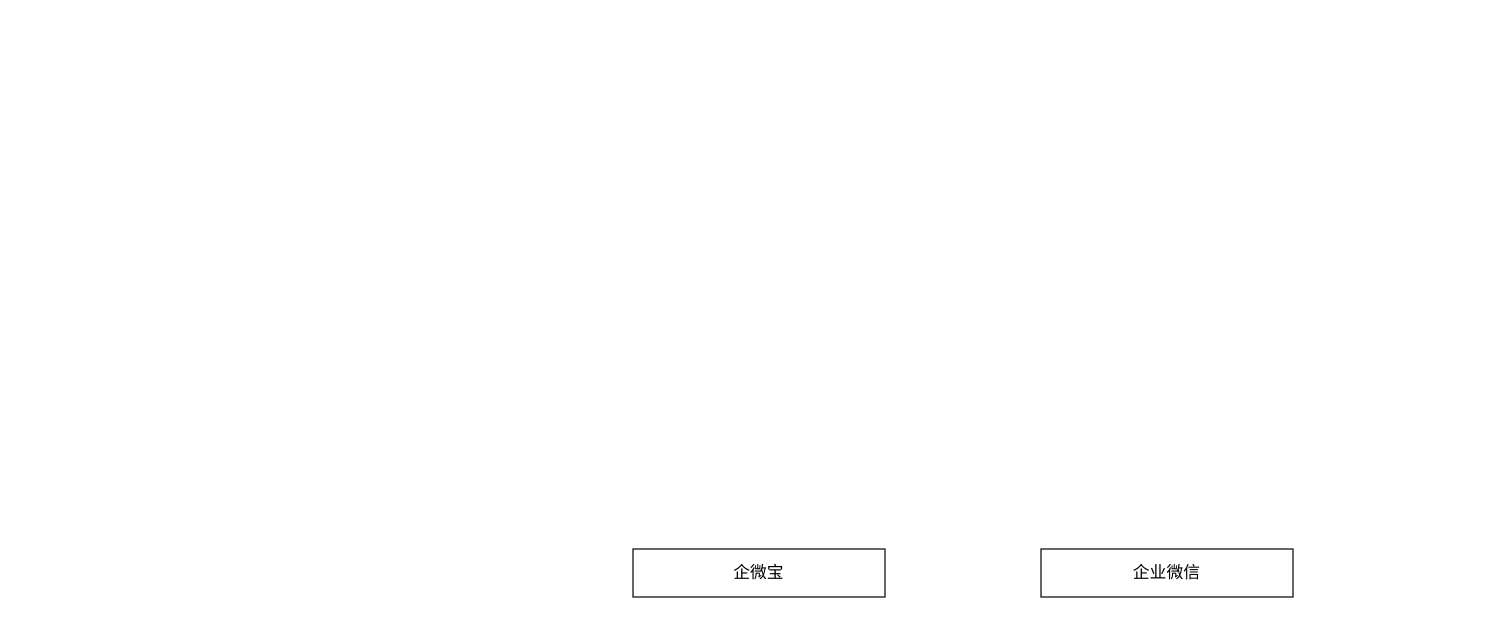
Before: 核桃-企微消息发送总结.drawio in hongweilv-whu/flowCharts, a draw.io diagram. Source tidied: cells renumbered, new cells numbered last; positions are measured from the earlier drawing's top-left corner, leaving out a move shared by most shapes. Both pictures are drawn from the tidied source at 120%, with x=0, y=0 at pixel (632, 548).
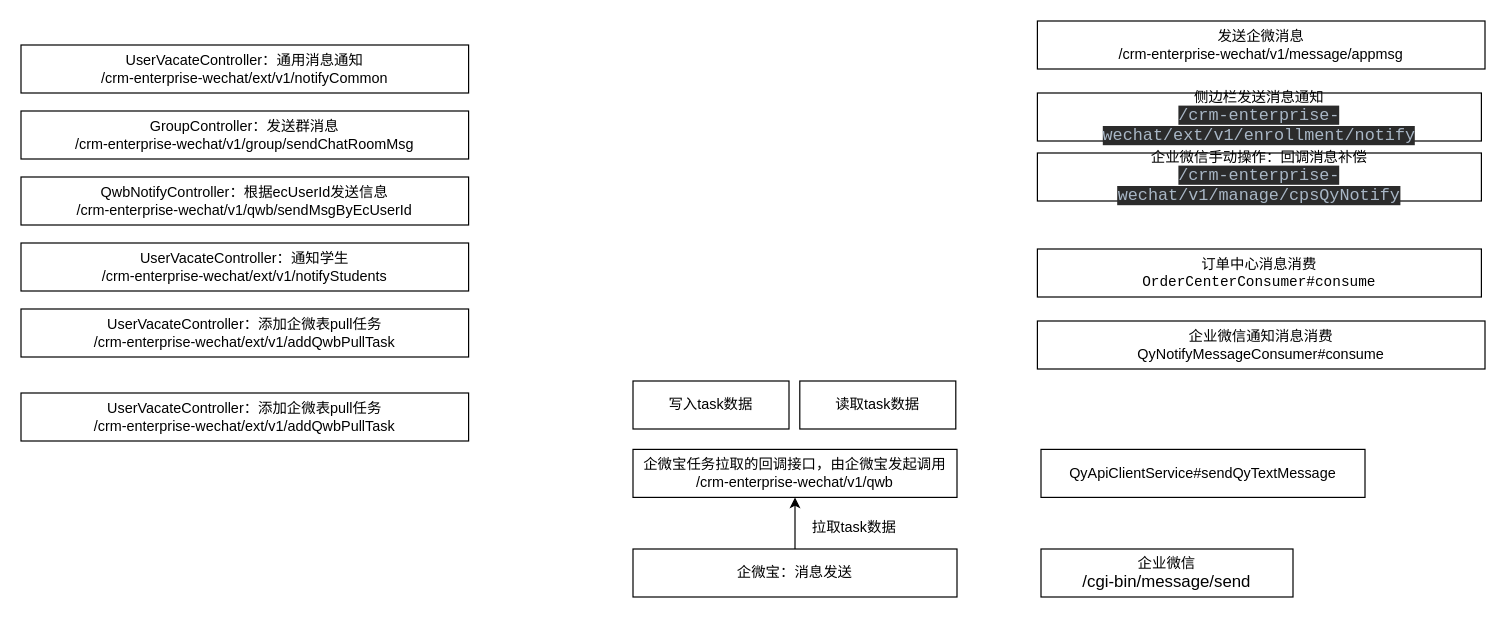
Above is the later version.

Commit message (it also covers changes not shown here):
更新核桃-企微消息发送总结.drawio

The edit, as a diff of the source:
```diff
@@
+    <mxCell id="4" style="edgeStyle=orthogonalEdgeStyle;rounded=0;jettySize=auto;html=1;exitX=0.5;exitY=0;exitDx=0;exitDy=0;entryX=0.5;entryY=1;entryDx=0;entryDy=0;" parent="1" edge="1" source="2" target="11">
+      <mxGeometry relative="1" as="geometry" />
+    </mxCell>
-    <mxCell id="2" value="&lt;font style=&quot;font-size: 14px;&quot;&gt;企微宝&lt;/font&gt;" style="rounded=0;whiteSpace=wrap;html=1;" parent="1" vertex="1">
-      <mxGeometry width="210" height="40" as="geometry" />
+    <mxCell id="2" value="&lt;font style=&quot;&quot;&gt;企微宝：消息发送&lt;br&gt;&lt;/font&gt;" style="rounded=0;whiteSpace=wrap;html=1;" parent="1" vertex="1">
+      <mxGeometry width="270" height="40" as="geometry" />
     </mxCell>
-    <mxCell id="3" value="&lt;font style=&quot;font-size: 14px;&quot;&gt;企业微信&lt;/font&gt;" style="rounded=0;whiteSpace=wrap;html=1;" parent="1" vertex="1">
+    <mxCell id="3" value="&lt;font style=&quot;&quot;&gt;企业微信&lt;br&gt;&lt;span style=&quot;font-size: 14px;&quot;&gt;/cgi-bin/message/send&lt;/span&gt;&lt;br&gt;&lt;/font&gt;" style="rounded=0;whiteSpace=wrap;html=1;" parent="1" vertex="1">
       <mxGeometry x="340" width="210" height="40" as="geometry" />
     </mxCell>
+    <mxCell id="5" value="&lt;font style=&quot;&quot;&gt;QyApiClientService#sendQyTextMessage&lt;br&gt;&lt;/font&gt;" style="rounded=0;whiteSpace=wrap;html=1;" parent="1" vertex="1">
+      <mxGeometry x="340" y="-83" width="270" height="40" as="geometry" />
+    </mxCell>
+    <mxCell id="6" value="&lt;font style=&quot;&quot;&gt;发送企微消息&lt;br&gt;/crm-enterprise-wechat/v1/message/appmsg&lt;br&gt;&lt;/font&gt;" style="rounded=0;whiteSpace=wrap;html=1;" parent="1" vertex="1">
+      <mxGeometry x="337" y="-440" width="373" height="40" as="geometry" />
+    </mxCell>
+    <mxCell id="7" value="&lt;font style=&quot;&quot;&gt;侧边栏发送消息通知&lt;br&gt;&lt;span style=&quot;background-color: rgb(43, 43, 43); color: rgb(169, 183, 198); font-family: &amp;quot;JetBrains Mono&amp;quot;, monospace; font-size: 10.5pt;&quot;&gt;/crm-enterprise-wechat/ext/v1/enrollment/notify&lt;/span&gt;&lt;br&gt;&lt;/font&gt;" style="rounded=0;whiteSpace=wrap;html=1;" parent="1" vertex="1">
+      <mxGeometry x="337" y="-380" width="370" height="40" as="geometry" />
+    </mxCell>
+    <mxCell id="8" value="&lt;font style=&quot;&quot;&gt;订单中心消息消费&lt;br&gt;&lt;font face=&quot;JetBrains Mono, monospace&quot;&gt;OrderCenterConsumer#consume&lt;/font&gt;&lt;br&gt;&lt;/font&gt;" style="rounded=0;whiteSpace=wrap;html=1;" parent="1" vertex="1">
+      <mxGeometry x="337" y="-250" width="370" height="40" as="geometry" />
+    </mxCell>
+    <mxCell id="9" value="&lt;font style=&quot;&quot;&gt;企业微信手动操作：回调消息补偿&lt;br&gt;&lt;span style=&quot;background-color: rgb(43, 43, 43); color: rgb(169, 183, 198); font-family: &amp;quot;JetBrains Mono&amp;quot;, monospace; font-size: 10.5pt;&quot;&gt;/crm-enterprise-wechat/v1/manage/cpsQyNotify&lt;/span&gt;&lt;br&gt;&lt;/font&gt;" style="rounded=0;whiteSpace=wrap;html=1;" parent="1" vertex="1">
+      <mxGeometry x="337" y="-330" width="370" height="40" as="geometry" />
+    </mxCell>
+    <mxCell id="10" value="&lt;font style=&quot;&quot;&gt;企业微信通知消息消费&lt;br&gt;QyNotifyMessageConsumer#consume&lt;br&gt;&lt;/font&gt;" style="rounded=0;whiteSpace=wrap;html=1;" parent="1" vertex="1">
+      <mxGeometry x="337" y="-190" width="373" height="40" as="geometry" />
+    </mxCell>
+    <mxCell id="11" value="&lt;font style=&quot;&quot;&gt;企微宝任务拉取的回调接口，由企微宝发起调用&lt;br&gt;/crm-enterprise-wechat/v1/qwb&lt;br&gt;&lt;/font&gt;" style="rounded=0;whiteSpace=wrap;html=1;" parent="1" vertex="1">
+      <mxGeometry y="-83" width="270" height="40" as="geometry" />
+    </mxCell>
+    <mxCell id="12" value="拉取task数据" style="text;html=1;align=center;verticalAlign=middle;strokeColor=none;fillColor=none;" parent="1" vertex="1">
+      <mxGeometry x="139" y="-33" width="90" height="30" as="geometry" />
+    </mxCell>
+    <mxCell id="13" value="&lt;font style=&quot;&quot;&gt;写入task数据&lt;br&gt;&lt;/font&gt;" style="rounded=0;whiteSpace=wrap;html=1;" parent="1" vertex="1">
+      <mxGeometry y="-140" width="130" height="40" as="geometry" />
+    </mxCell>
+    <mxCell id="14" value="&lt;font style=&quot;&quot;&gt;读取task数据&lt;br&gt;&lt;/font&gt;" style="rounded=0;whiteSpace=wrap;html=1;" parent="1" vertex="1">
+      <mxGeometry x="139" y="-140" width="130" height="40" as="geometry" />
+    </mxCell>
+    <mxCell id="15" value="&lt;font style=&quot;&quot;&gt;UserVacateController：添加企微表pull任务&lt;br&gt;/crm-enterprise-wechat/ext/v1/addQwbPullTask&lt;br&gt;&lt;/font&gt;" style="rounded=0;whiteSpace=wrap;html=1;" parent="1" vertex="1">
+      <mxGeometry x="-510" y="-200" width="373" height="40" as="geometry" />
+    </mxCell>
+    <mxCell id="16" value="&lt;font style=&quot;&quot;&gt;UserVacateController：通知学生&lt;br&gt;/crm-enterprise-wechat/ext/v1/notifyStudents&lt;br&gt;&lt;/font&gt;" style="rounded=0;whiteSpace=wrap;html=1;" parent="1" vertex="1">
+      <mxGeometry x="-510" y="-255" width="373" height="40" as="geometry" />
+    </mxCell>
+    <mxCell id="17" value="&lt;font style=&quot;&quot;&gt;UserVacateController：通用消息通知&lt;br&gt;/crm-enterprise-wechat/ext/v1/notifyCommon&lt;br&gt;&lt;/font&gt;" style="rounded=0;whiteSpace=wrap;html=1;" parent="1" vertex="1">
+      <mxGeometry x="-510" y="-420" width="373" height="40" as="geometry" />
+    </mxCell>
+    <mxCell id="18" value="&lt;font style=&quot;&quot;&gt;GroupController：发送群消息&lt;br&gt;/crm-enterprise-wechat/v1/group/sendChatRoomMsg&lt;br&gt;&lt;/font&gt;" style="rounded=0;whiteSpace=wrap;html=1;" parent="1" vertex="1">
+      <mxGeometry x="-510" y="-365" width="373" height="40" as="geometry" />
+    </mxCell>
+    <mxCell id="19" value="&lt;font style=&quot;&quot;&gt;QwbNotifyController：根据ecUserId发送信息&lt;br&gt;/crm-enterprise-wechat/v1/qwb/sendMsgByEcUserId&lt;br&gt;&lt;/font&gt;" style="rounded=0;whiteSpace=wrap;html=1;" parent="1" vertex="1">
+      <mxGeometry x="-510" y="-310" width="373" height="40" as="geometry" />
+    </mxCell>
+    <mxCell id="20" value="&lt;font style=&quot;&quot;&gt;UserVacateController：添加企微表pull任务&lt;br&gt;/crm-enterprise-wechat/ext/v1/addQwbPullTask&lt;br&gt;&lt;/font&gt;" style="rounded=0;whiteSpace=wrap;html=1;" parent="1" vertex="1">
+      <mxGeometry x="-510" y="-130" width="373" height="40" as="geometry" />
+    </mxCell>
```
